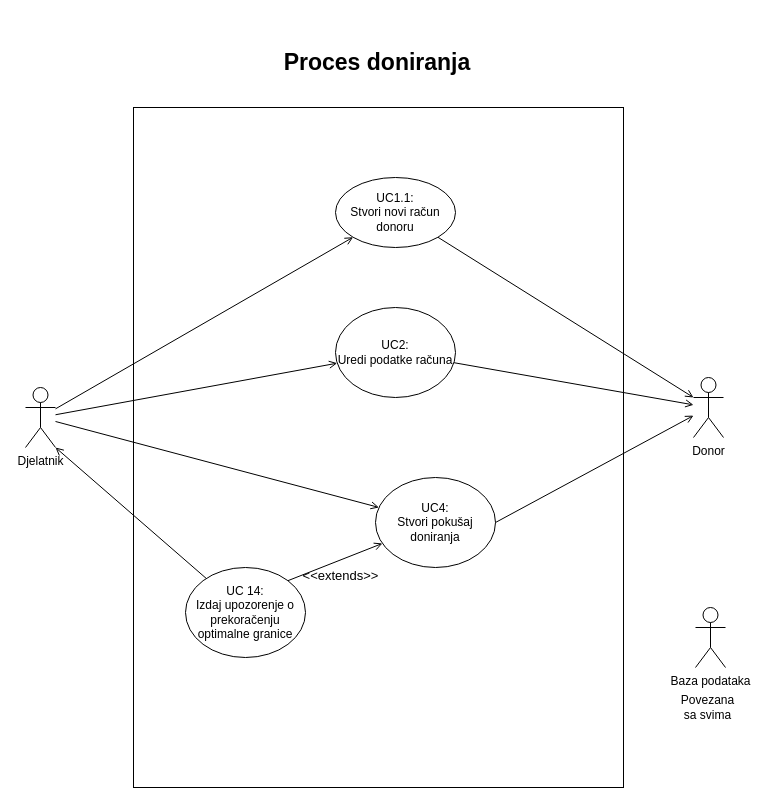
Before: page "4 - Proces doniranja" (4 of 6) of Dokumentacija/Use cases/Use Cases.drawio in ToniIvankovic/TrueBlood, a draw.io diagram. Source tidied: cells renumbered, new cells numbered last; positions are measured from the earlier drawing's top-left corner, leaving out a move shared by most shapes. Both pictures are drawn from the tidied source at 100%, with x=0, y=0 at pixel (25, 17).
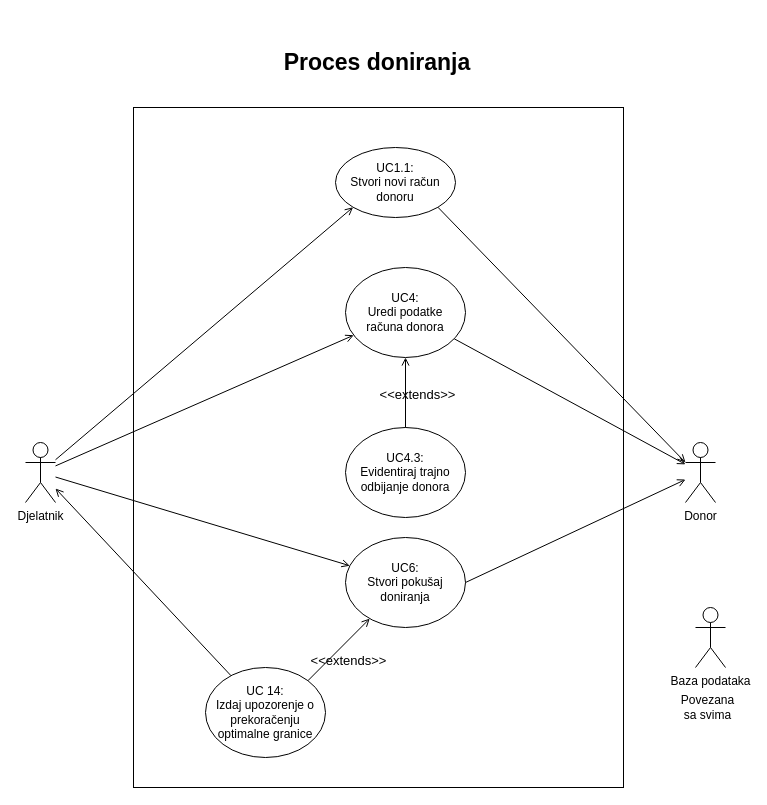
The same page after the edit.

The edit, as a diff of the source:
```diff
@@
-    <mxCell id="5" value="UC2:&lt;br&gt;Uredi podatke računa" style="ellipse;whiteSpace=wrap;html=1;" parent="1" vertex="1">
-      <mxGeometry x="310" y="290" width="120" height="90" as="geometry" />
+    <mxCell id="5" value="UC4:&lt;br&gt;Uredi podatke &lt;br&gt;računa donora" style="ellipse;whiteSpace=wrap;html=1;" parent="1" vertex="1">
+      <mxGeometry x="320" y="250" width="120" height="90" as="geometry" />
     </mxCell>
@@
     <mxCell id="9" value="Djelatnik" style="shape=umlActor;verticalLabelPosition=bottom;verticalAlign=top;html=1;outlineConnect=0;" parent="1" vertex="1">
-      <mxGeometry y="370" width="30" height="60" as="geometry" />
+      <mxGeometry y="425" width="30" height="60" as="geometry" />
     </mxCell>
     <mxCell id="10" value="Donor" style="shape=umlActor;verticalLabelPosition=bottom;verticalAlign=top;html=1;outlineConnect=0;" parent="1" vertex="1">
-      <mxGeometry x="668" y="360" width="30" height="60" as="geometry" />
+      <mxGeometry x="660" y="425" width="30" height="60" as="geometry" />
     </mxCell>
@@
-    <mxCell id="12" value="UC4:&lt;br&gt;Stvori pokušaj doniranja" style="ellipse;whiteSpace=wrap;html=1;" parent="1" vertex="1">
-      <mxGeometry x="350" y="460" width="120" height="90" as="geometry" />
+    <mxCell id="12" value="UC6:&lt;br&gt;Stvori pokušaj doniranja" style="ellipse;whiteSpace=wrap;html=1;" parent="1" vertex="1">
+      <mxGeometry x="320" y="520" width="120" height="90" as="geometry" />
     </mxCell>
@@
     <mxCell id="16" value="UC1.1:&lt;br&gt;Stvori novi račun donoru" style="ellipse;whiteSpace=wrap;html=1;" parent="1" vertex="1">
-      <mxGeometry x="310" y="160" width="120" height="70" as="geometry" />
+      <mxGeometry x="310" y="130" width="120" height="70" as="geometry" />
     </mxCell>
-    <mxCell id="17" style="edgeStyle=none;rounded=0;jettySize=auto;html=1;entryX=1;entryY=1;entryDx=0;entryDy=0;entryPerimeter=0;endArrow=open;endFill=0;" parent="1" edge="1" source="18" target="9">
+    <mxCell id="17" style="edgeStyle=none;rounded=0;jettySize=auto;html=1;endArrow=open;endFill=0;" parent="1" edge="1" source="18" target="9">
       <mxGeometry relative="1" as="geometry" />
     </mxCell>
     <mxCell id="18" value="UC 14:&lt;br&gt;Izdaj upozorenje o prekoračenju optimalne granice" style="ellipse;whiteSpace=wrap;html=1;" parent="1" vertex="1">
-      <mxGeometry x="160" y="550" width="120" height="90" as="geometry" />
+      <mxGeometry x="180" y="650" width="120" height="90" as="geometry" />
     </mxCell>
@@
+    <mxCell id="20" value="UC4.3:&lt;br&gt;Evidentiraj trajno odbijanje donora" style="ellipse;whiteSpace=wrap;html=1;" parent="1" vertex="1">
+      <mxGeometry x="320" y="410" width="120" height="90" as="geometry" />
+    </mxCell>
+    <mxCell id="21" value="&lt;font style=&quot;font-size: 13px&quot;&gt;&amp;lt;&amp;lt;extends&amp;gt;&amp;gt;&lt;/font&gt;" style="edgeStyle=none;rounded=0;jettySize=auto;html=1;endArrow=open;endFill=0;fontSize=23;jumpStyle=none;labelBackgroundColor=none;exitX=0.5;exitY=0;exitDx=0;exitDy=0;" parent="1" edge="1" source="20" target="5">
+      <mxGeometry x="0.03" y="-12" relative="1" as="geometry" />
+    </mxCell>
```
